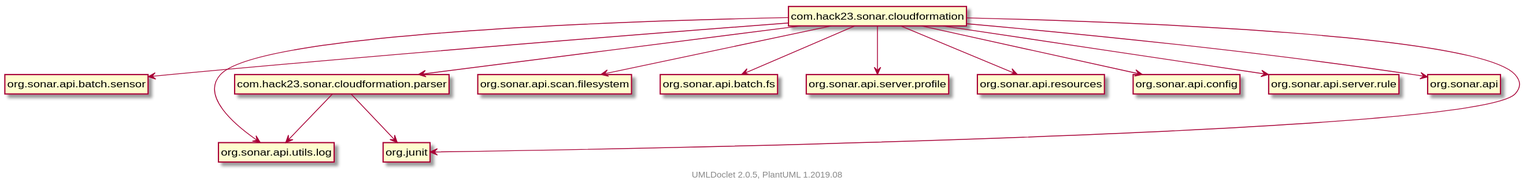
The PlantUML diagram testapidocs/package-dependencies.svg in Hack23/sonar-cloudformation-plugin, before a commit.
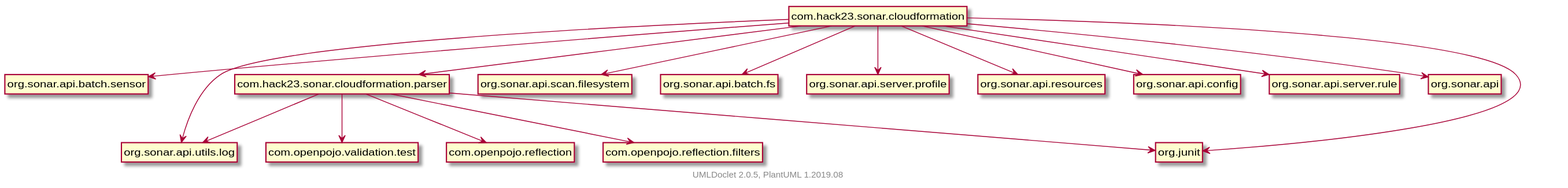
The same diagram one commit later.

What changed in the source:
```diff
@@ -17,6 +17,9 @@
     com.hack23.sonar.cloudformation --> org.junit
     com.hack23.sonar.cloudformation.parser --> org.sonar.api.utils.log
     com.hack23.sonar.cloudformation.parser --> org.junit
+    com.hack23.sonar.cloudformation.parser --> com.openpojo.validation.test
+    com.hack23.sonar.cloudformation.parser --> com.openpojo.reflection
+    com.hack23.sonar.cloudformation.parser --> com.openpojo.reflection.filters
 
     class "com.hack23.sonar.cloudformation" [[com/hack23/sonar/cloudformation/package-summary.html]] {
     }
```
